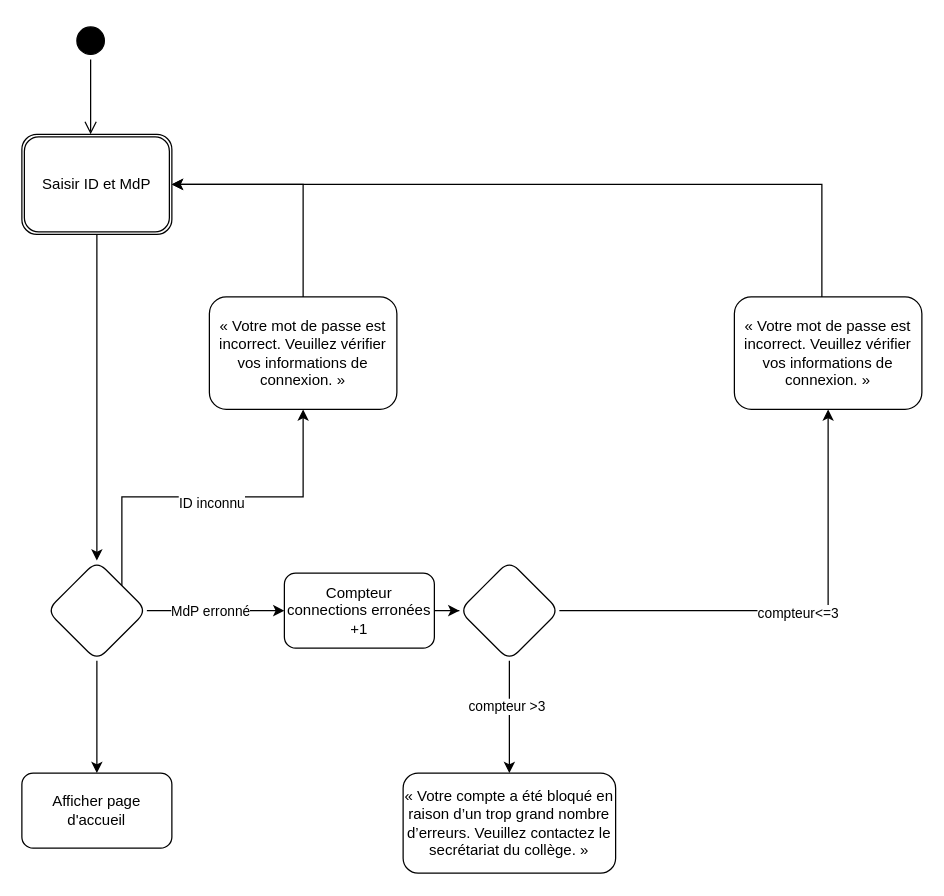
This is Les Sardines/DiagrammeDActivite.drawio from NLetenneur/UML-Introduction, a draw.io file, before an edit. Source tidied: cells renumbered, new cells numbered last; positions are measured from the earlier drawing's top-left corner, leaving out a move shared by most shapes. Both pictures are drawn from the tidied source at 125%, with x=0, y=0 at pixel (21, 21).
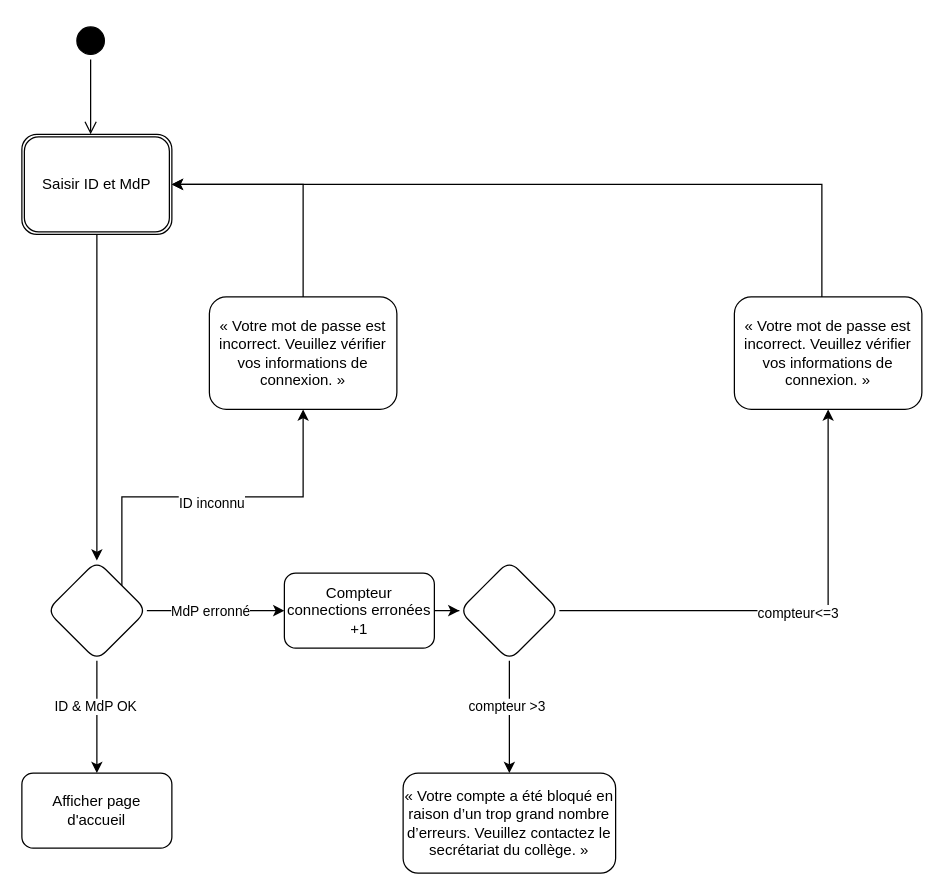
The same page after the edit.

Commit message (it also covers changes not shown here):
Mettre à jour DiagrammeDActivite.drawio

Unchanged cells that the change refers to:
```xml
<mxCell id="6" style="edgeStyle=orthogonalEdgeStyle;rounded=0;jettySize=auto;html=1;" parent="1" edge="1" source="11" target="12">
  <mxGeometry relative="1" as="geometry" />
</mxCell>
```

What changed in the source:
```diff
@@
+    <mxCell id="25" value="ID &amp;amp; MdP OK" style="edgeLabel;html=1;align=center;verticalAlign=middle;" parent="6" vertex="1">
+      <mxGeometry x="-0.2" y="-2" relative="1" as="geometry" />
+    </mxCell>
```
